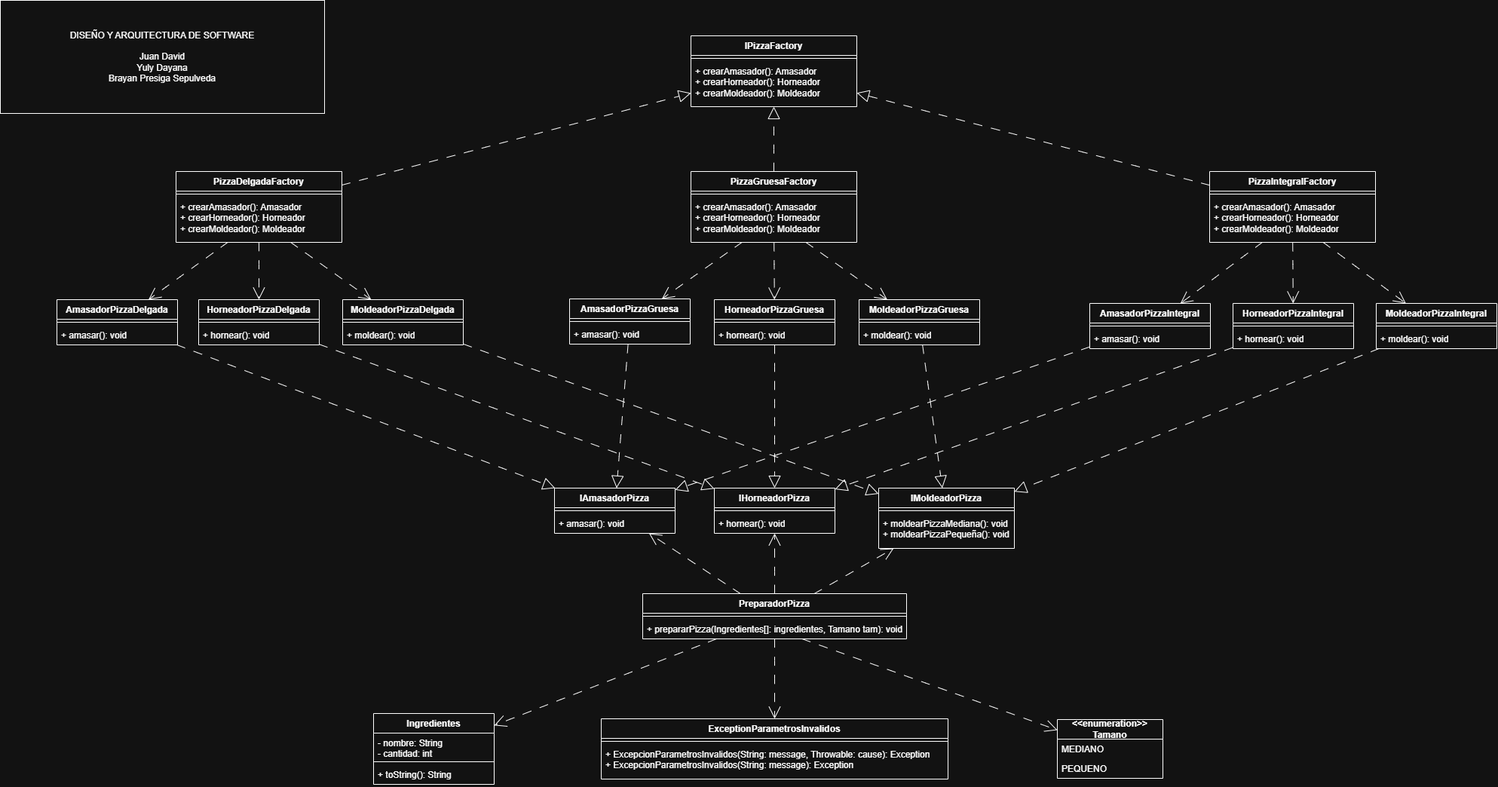
Above: imagenPizza.png in Yuly2222/Taller-1---pizzas (draw.io), before the change. Source tidied: cells renumbered, new cells last; positions are measured from the earlier drawing's top-left corner, leaving out a move shared by most shapes.
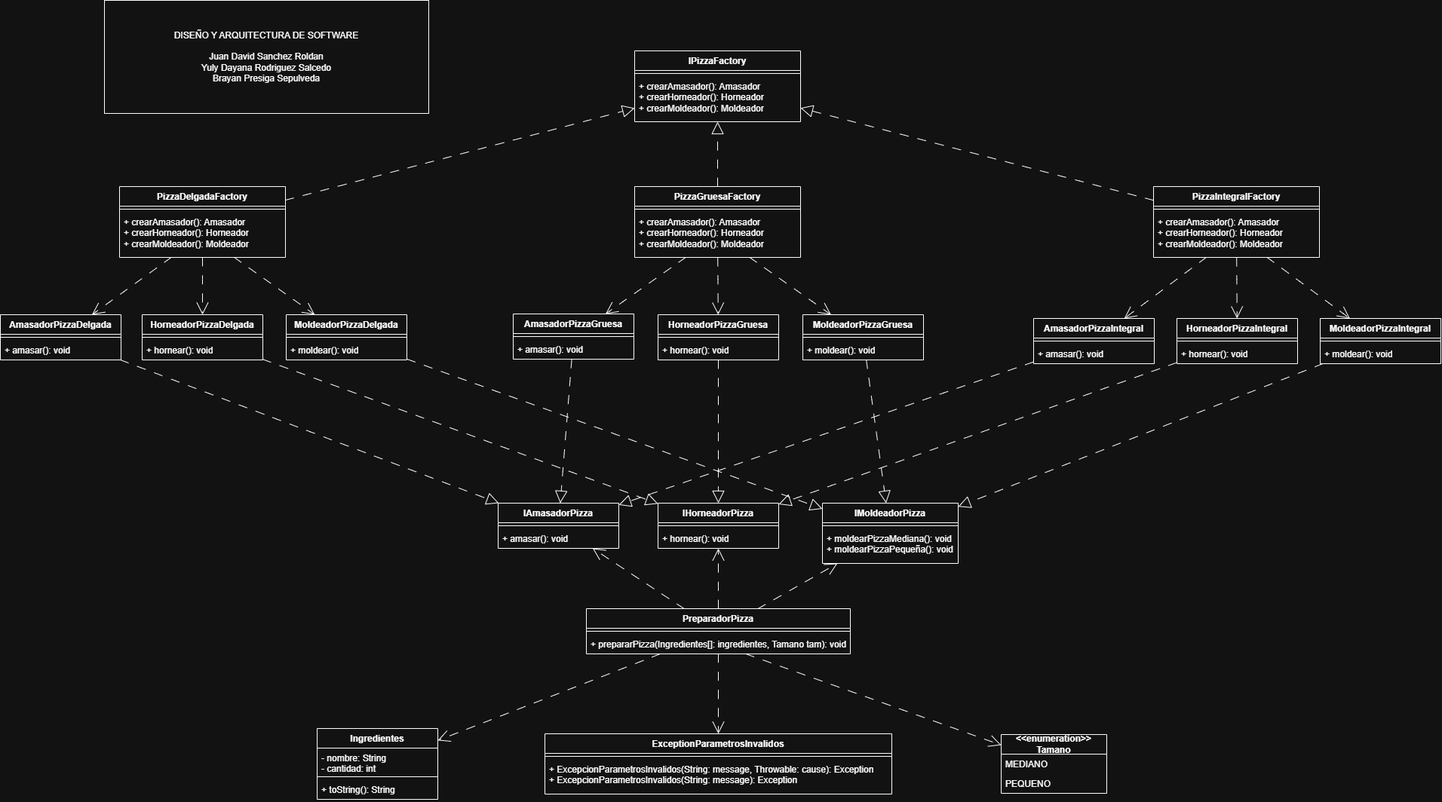
After the commit.

What changed in the source:
```diff
@@ -266,8 +266,8 @@
     <mxCell id="89" style="rounded=0;jettySize=auto;html=1;dashed=1;dashPattern=12 12;strokeColor=default;align=center;verticalAlign=middle;fontFamily=Helvetica;fontSize=12;fontColor=default;labelBackgroundColor=default;startSize=8;endArrow=open;endFill=0;endSize=14;curved=1;" parent="1" edge="1" source="18" target="86">
       <mxGeometry relative="1" as="geometry" />
     </mxCell>
-    <mxCell id="90" value="DISEÑO Y ARQUITECTURA DE SOFTWARE&lt;div&gt;&lt;br&gt;&lt;/div&gt;&lt;div&gt;Juan David&lt;/div&gt;&lt;div&gt;Yuly Dayana&lt;/div&gt;&lt;div&gt;Brayan Presiga Sepulveda&lt;/div&gt;" style="rounded=0;whiteSpace=wrap;html=1;" parent="1" vertex="1">
-      <mxGeometry width="430" height="150" as="geometry" />
+    <mxCell id="90" value="DISEÑO Y ARQUITECTURA DE SOFTWARE&lt;div&gt;&lt;br&gt;&lt;/div&gt;&lt;div&gt;Juan David Sanchez Roldan&lt;/div&gt;&lt;div&gt;Yuly Dayana&amp;nbsp;Rodriguez Salcedo&lt;/div&gt;&lt;div&gt;Brayan Presiga Sepulveda&lt;/div&gt;" style="rounded=0;whiteSpace=wrap;html=1;" parent="1" vertex="1">
+      <mxGeometry x="213" y="-20" width="430" height="150" as="geometry" />
     </mxCell>
   </root>
 </mxGraphModel>
```
